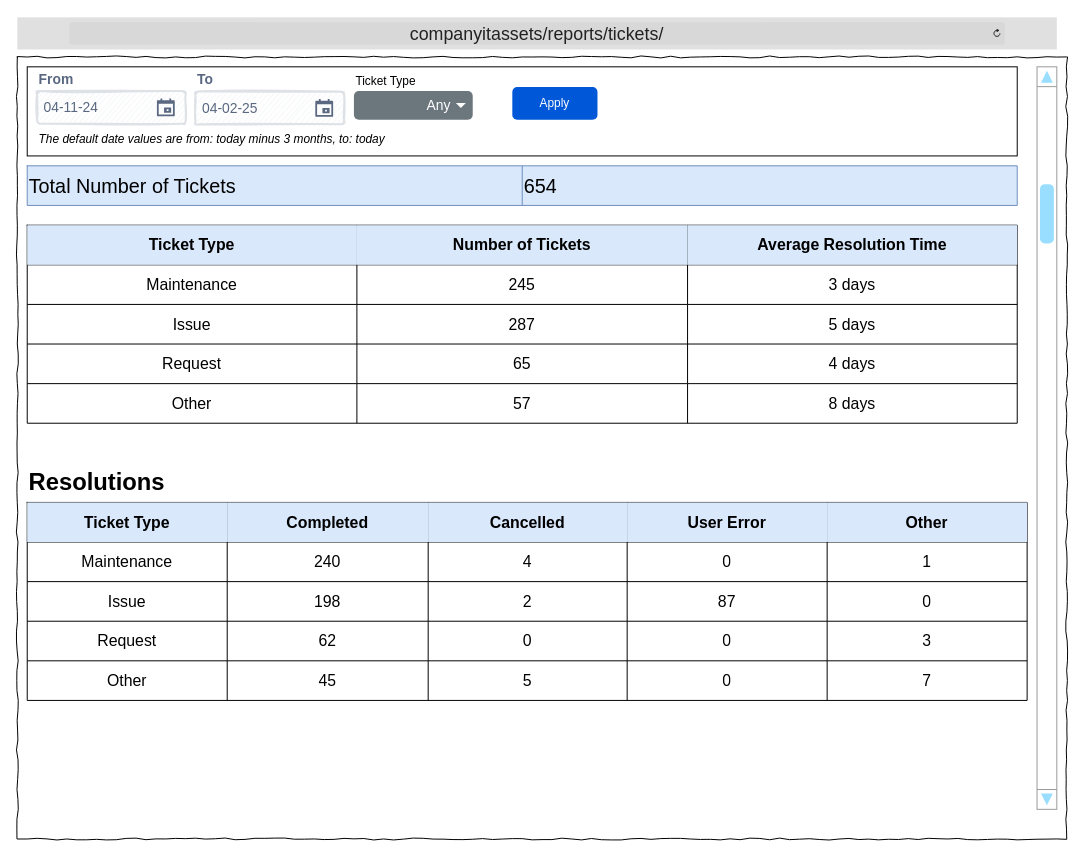
The draw.io diagram Wireframes/ITAT_Reports_Tickets.drawio in TRed91/ITAssetTracking, before the edit. Source tidied: cells renumbered, new cells numbered last; positions are measured from the earlier drawing's top-left corner, leaving out a move shared by most shapes. Both pictures are drawn from the tidied source at 99%, with x=0, y=0 at pixel (17, 17).
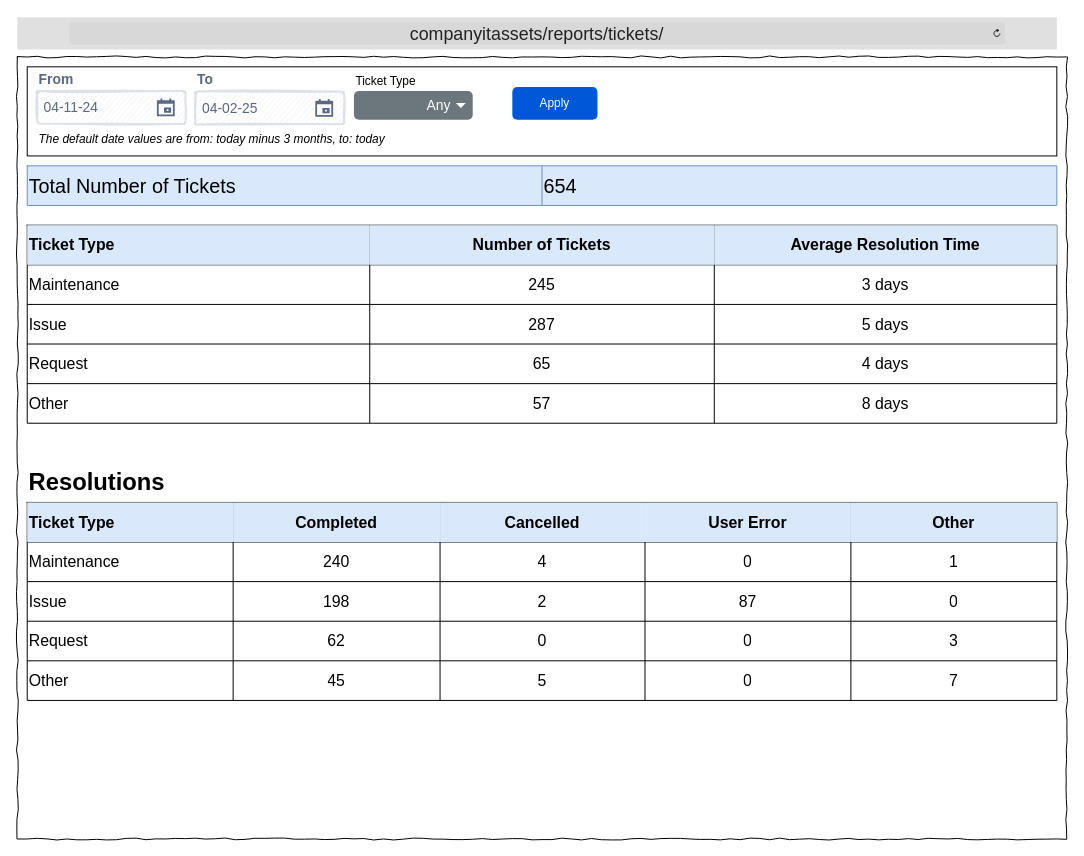
The same page after the edit.

The edit, as a diff of the source:
```diff
@@
     <mxCell id="3" style="rounded=0;whiteSpace=wrap;html=1;fillColor=none;" parent="1" vertex="1">
-      <mxGeometry x="10" y="50" width="1000" height="90" as="geometry" />
+      <mxGeometry x="10" y="50" width="1040" height="90" as="geometry" />
     </mxCell>
@@
-    <mxCell id="13" style="verticalLabelPosition=bottom;shadow=0;dashed=0;align=center;html=1;verticalAlign=top;strokeWidth=1;shape=mxgraph.mockup.navigation.scrollBar;strokeColor=#999999;barPos=84.842;fillColor2=#99ddff;strokeColor2=none;direction=north;" parent="1" vertex="1">
-      <mxGeometry x="1030" y="50" width="20" height="750" as="geometry" />
-    </mxCell>
@@
     <mxCell id="17" style="shape=table;startSize=0;childLayout=tableLayout;fontSize=16;" parent="1" vertex="1">
-      <mxGeometry x="10" y="210" width="1000" height="200" as="geometry" />
+      <mxGeometry x="10" y="210" width="1040" height="200" as="geometry" />
     </mxCell>
     <mxCell id="18" style="shape=tableRow;horizontal=0;startSize=0;swimlaneHead=0;swimlaneBody=0;strokeColor=inherit;top=0;left=0;bottom=0;right=0;fillColor=none;fontSize=16;" parent="17" vertex="1">
-      <mxGeometry width="1000" height="40" as="geometry" />
+      <mxGeometry width="1040" height="40" as="geometry" />
     </mxCell>
-    <mxCell id="19" value="Ticket Type" style="shape=partialRectangle;html=1;whiteSpace=wrap;strokeColor=#6c8ebf;overflow=hidden;fillColor=#dae8fc;top=0;left=0;bottom=0;right=0;fontSize=16;fontStyle=1;" parent="18" vertex="1">
-      <mxGeometry width="333" height="40" as="geometry" />
+    <mxCell id="19" value="Ticket Type" style="shape=partialRectangle;html=1;whiteSpace=wrap;strokeColor=#6c8ebf;overflow=hidden;fillColor=#dae8fc;top=0;left=0;bottom=0;right=0;fontSize=16;fontStyle=1;align=left;" parent="18" vertex="1">
+      <mxGeometry width="346" height="40" as="geometry" />
     </mxCell>
     <mxCell id="20" value="Number of Tickets" style="shape=partialRectangle;html=1;whiteSpace=wrap;strokeColor=#6c8ebf;overflow=hidden;fillColor=#dae8fc;top=0;left=0;bottom=0;right=0;fontSize=16;fontStyle=1;" parent="18" vertex="1">
-      <mxGeometry x="333" width="334" height="40" as="geometry" />
+      <mxGeometry x="346" width="348" height="40" as="geometry" />
     </mxCell>
     <mxCell id="21" value="Average Resolution Time" style="shape=partialRectangle;html=1;whiteSpace=wrap;strokeColor=#6c8ebf;overflow=hidden;fillColor=#dae8fc;top=0;left=0;bottom=0;right=0;fontSize=16;fontStyle=1;" parent="18" vertex="1">
-      <mxGeometry x="667" width="333" height="40" as="geometry" />
+      <mxGeometry x="694" width="346" height="40" as="geometry" />
     </mxCell>
     <mxCell id="22" style="shape=tableRow;horizontal=0;startSize=0;swimlaneHead=0;swimlaneBody=0;strokeColor=inherit;top=0;left=0;bottom=0;right=0;fillColor=none;fontSize=16;" parent="17" vertex="1">
-      <mxGeometry y="40" width="1000" height="40" as="geometry" />
+      <mxGeometry y="40" width="1040" height="40" as="geometry" />
     </mxCell>
-    <mxCell id="23" value="Maintenance" style="shape=partialRectangle;html=1;whiteSpace=wrap;strokeColor=inherit;overflow=hidden;fillColor=none;top=0;left=0;bottom=0;right=0;fontSize=16;" parent="22" vertex="1">
-      <mxGeometry width="333" height="40" as="geometry" />
+    <mxCell id="23" value="Maintenance" style="shape=partialRectangle;html=1;whiteSpace=wrap;strokeColor=inherit;overflow=hidden;fillColor=none;top=0;left=0;bottom=0;right=0;fontSize=16;align=left;" parent="22" vertex="1">
+      <mxGeometry width="346" height="40" as="geometry" />
     </mxCell>
     <mxCell id="24" value="245" style="shape=partialRectangle;html=1;whiteSpace=wrap;strokeColor=inherit;overflow=hidden;fillColor=none;top=0;left=0;bottom=0;right=0;fontSize=16;" parent="22" vertex="1">
-      <mxGeometry x="333" width="334" height="40" as="geometry" />
+      <mxGeometry x="346" width="348" height="40" as="geometry" />
     </mxCell>
     <mxCell id="25" value="3 days" style="shape=partialRectangle;html=1;whiteSpace=wrap;strokeColor=inherit;overflow=hidden;fillColor=none;top=0;left=0;bottom=0;right=0;fontSize=16;" parent="22" vertex="1">
-      <mxGeometry x="667" width="333" height="40" as="geometry" />
+      <mxGeometry x="694" width="346" height="40" as="geometry" />
     </mxCell>
     <mxCell id="26" style="shape=tableRow;horizontal=0;startSize=0;swimlaneHead=0;swimlaneBody=0;strokeColor=inherit;top=0;left=0;bottom=0;right=0;fillColor=none;fontSize=16;" parent="17" vertex="1">
-      <mxGeometry y="80" width="1000" height="40" as="geometry" />
+      <mxGeometry y="80" width="1040" height="40" as="geometry" />
     </mxCell>
-    <mxCell id="27" value="Issue" style="shape=partialRectangle;html=1;whiteSpace=wrap;strokeColor=inherit;overflow=hidden;fillColor=none;top=0;left=0;bottom=0;right=0;fontSize=16;" parent="26" vertex="1">
-      <mxGeometry width="333" height="40" as="geometry" />
+    <mxCell id="27" value="Issue" style="shape=partialRectangle;html=1;whiteSpace=wrap;strokeColor=inherit;overflow=hidden;fillColor=none;top=0;left=0;bottom=0;right=0;fontSize=16;align=left;" parent="26" vertex="1">
+      <mxGeometry width="346" height="40" as="geometry" />
     </mxCell>
     <mxCell id="28" value="287" style="shape=partialRectangle;html=1;whiteSpace=wrap;strokeColor=inherit;overflow=hidden;fillColor=none;top=0;left=0;bottom=0;right=0;fontSize=16;" parent="26" vertex="1">
-      <mxGeometry x="333" width="334" height="40" as="geometry" />
+      <mxGeometry x="346" width="348" height="40" as="geometry" />
     </mxCell>
     <mxCell id="29" value="5 days" style="shape=partialRectangle;html=1;whiteSpace=wrap;strokeColor=inherit;overflow=hidden;fillColor=none;top=0;left=0;bottom=0;right=0;fontSize=16;" parent="26" vertex="1">
-      <mxGeometry x="667" width="333" height="40" as="geometry" />
+      <mxGeometry x="694" width="346" height="40" as="geometry" />
     </mxCell>
     <mxCell id="30" style="shape=tableRow;horizontal=0;startSize=0;swimlaneHead=0;swimlaneBody=0;strokeColor=inherit;top=0;left=0;bottom=0;right=0;fillColor=none;fontSize=16;" parent="17" vertex="1">
-      <mxGeometry y="120" width="1000" height="40" as="geometry" />
+      <mxGeometry y="120" width="1040" height="40" as="geometry" />
     </mxCell>
-    <mxCell id="31" value="Request" style="shape=partialRectangle;html=1;whiteSpace=wrap;strokeColor=inherit;overflow=hidden;fillColor=none;top=0;left=0;bottom=0;right=0;fontSize=16;" parent="30" vertex="1">
-      <mxGeometry width="333" height="40" as="geometry" />
+    <mxCell id="31" value="Request" style="shape=partialRectangle;html=1;whiteSpace=wrap;strokeColor=inherit;overflow=hidden;fillColor=none;top=0;left=0;bottom=0;right=0;fontSize=16;align=left;" parent="30" vertex="1">
+      <mxGeometry width="346" height="40" as="geometry" />
     </mxCell>
     <mxCell id="32" value="65" style="shape=partialRectangle;html=1;whiteSpace=wrap;strokeColor=inherit;overflow=hidden;fillColor=none;top=0;left=0;bottom=0;right=0;fontSize=16;" parent="30" vertex="1">
-      <mxGeometry x="333" width="334" height="40" as="geometry" />
+      <mxGeometry x="346" width="348" height="40" as="geometry" />
     </mxCell>
     <mxCell id="33" value="4 days" style="shape=partialRectangle;html=1;whiteSpace=wrap;strokeColor=inherit;overflow=hidden;fillColor=none;top=0;left=0;bottom=0;right=0;fontSize=16;" parent="30" vertex="1">
-      <mxGeometry x="667" width="333" height="40" as="geometry" />
+      <mxGeometry x="694" width="346" height="40" as="geometry" />
     </mxCell>
     <mxCell id="34" style="shape=tableRow;horizontal=0;startSize=0;swimlaneHead=0;swimlaneBody=0;strokeColor=inherit;top=0;left=0;bottom=0;right=0;fillColor=none;fontSize=16;" parent="17" vertex="1">
-      <mxGeometry y="160" width="1000" height="40" as="geometry" />
+      <mxGeometry y="160" width="1040" height="40" as="geometry" />
     </mxCell>
-    <mxCell id="35" value="Other" style="shape=partialRectangle;html=1;whiteSpace=wrap;strokeColor=inherit;overflow=hidden;fillColor=none;top=0;left=0;bottom=0;right=0;fontSize=16;" parent="34" vertex="1">
-      <mxGeometry width="333" height="40" as="geometry" />
+    <mxCell id="35" value="Other" style="shape=partialRectangle;html=1;whiteSpace=wrap;strokeColor=inherit;overflow=hidden;fillColor=none;top=0;left=0;bottom=0;right=0;fontSize=16;align=left;" parent="34" vertex="1">
+      <mxGeometry width="346" height="40" as="geometry" />
     </mxCell>
     <mxCell id="36" value="57" style="shape=partialRectangle;html=1;whiteSpace=wrap;strokeColor=inherit;overflow=hidden;fillColor=none;top=0;left=0;bottom=0;right=0;fontSize=16;" parent="34" vertex="1">
-      <mxGeometry x="333" width="334" height="40" as="geometry" />
+      <mxGeometry x="346" width="348" height="40" as="geometry" />
     </mxCell>
     <mxCell id="37" value="8 days" style="shape=partialRectangle;html=1;whiteSpace=wrap;strokeColor=inherit;overflow=hidden;fillColor=none;top=0;left=0;bottom=0;right=0;fontSize=16;" parent="34" vertex="1">
-      <mxGeometry x="667" width="333" height="40" as="geometry" />
+      <mxGeometry x="694" width="346" height="40" as="geometry" />
     </mxCell>
     <mxCell id="38" style="shape=table;startSize=0;childLayout=tableLayout;fontSize=16;fillColor=#dae8fc;strokeColor=#6c8ebf;" parent="1" vertex="1">
-      <mxGeometry x="10" y="150" width="1000" height="40" as="geometry" />
+      <mxGeometry x="10" y="150" width="1040" height="40" as="geometry" />
     </mxCell>
     <mxCell id="39" style="shape=tableRow;horizontal=0;startSize=0;swimlaneHead=0;swimlaneBody=0;strokeColor=inherit;top=0;left=0;bottom=0;right=0;fillColor=none;fontSize=16;" parent="38" vertex="1">
-      <mxGeometry width="1000" height="40" as="geometry" />
+      <mxGeometry width="1040" height="40" as="geometry" />
     </mxCell>
     <mxCell id="40" value="&lt;font style=&quot;font-size: 20px;&quot;&gt;Total Number of Tickets&lt;/font&gt;" style="shape=partialRectangle;html=1;whiteSpace=wrap;strokeColor=inherit;overflow=hidden;fillColor=none;top=0;left=0;bottom=0;right=0;fontSize=16;align=left;" parent="39" vertex="1">
-      <mxGeometry width="500" height="40" as="geometry" />
+      <mxGeometry width="520" height="40" as="geometry" />
     </mxCell>
     <mxCell id="41" value="&lt;font style=&quot;font-size: 20px;&quot;&gt;654&lt;/font&gt;" style="shape=partialRectangle;html=1;whiteSpace=wrap;strokeColor=inherit;overflow=hidden;fillColor=none;top=0;left=0;bottom=0;right=0;fontSize=16;align=left;" parent="39" vertex="1">
-      <mxGeometry x="500" width="500" height="40" as="geometry" />
+      <mxGeometry x="520" width="520" height="40" as="geometry" />
     </mxCell>
     <mxCell id="42" style="shape=table;startSize=0;childLayout=tableLayout;fontSize=16;" parent="1" vertex="1">
-      <mxGeometry x="10" y="490" width="1010" height="200" as="geometry" />
+      <mxGeometry x="10" y="490" width="1040" height="200" as="geometry" />
     </mxCell>
     <mxCell id="43" style="shape=tableRow;horizontal=0;startSize=0;swimlaneHead=0;swimlaneBody=0;strokeColor=inherit;top=0;left=0;bottom=0;right=0;fillColor=none;fontSize=16;" parent="42" vertex="1">
-      <mxGeometry width="1010" height="40" as="geometry" />
+      <mxGeometry width="1040" height="40" as="geometry" />
     </mxCell>
-    <mxCell id="44" value="Ticket Type" style="shape=partialRectangle;html=1;whiteSpace=wrap;strokeColor=#6c8ebf;overflow=hidden;fillColor=#dae8fc;top=0;left=0;bottom=0;right=0;fontSize=16;fontStyle=1;" parent="43" vertex="1">
-      <mxGeometry width="202" height="40" as="geometry" />
+    <mxCell id="44" value="Ticket Type" style="shape=partialRectangle;html=1;whiteSpace=wrap;strokeColor=#6c8ebf;overflow=hidden;fillColor=#dae8fc;top=0;left=0;bottom=0;right=0;fontSize=16;fontStyle=1;align=left;" parent="43" vertex="1">
+      <mxGeometry width="208" height="40" as="geometry" />
     </mxCell>
     <mxCell id="45" value="Completed" style="shape=partialRectangle;html=1;whiteSpace=wrap;strokeColor=#6c8ebf;overflow=hidden;fillColor=#dae8fc;top=0;left=0;bottom=0;right=0;fontSize=16;fontStyle=1;" parent="43" vertex="1">
-      <mxGeometry x="202" width="203" height="40" as="geometry" />
+      <mxGeometry x="208" width="209" height="40" as="geometry" />
     </mxCell>
     <mxCell id="46" value="Cancelled" style="shape=partialRectangle;html=1;whiteSpace=wrap;strokeColor=#6c8ebf;overflow=hidden;fillColor=#dae8fc;top=0;left=0;bottom=0;right=0;fontSize=16;fontStyle=1;" parent="43" vertex="1">
-      <mxGeometry x="405" width="201" height="40" as="geometry" />
+      <mxGeometry x="417" width="207" height="40" as="geometry" />
     </mxCell>
     <mxCell id="47" value="User Error" style="shape=partialRectangle;html=1;whiteSpace=wrap;strokeColor=#6c8ebf;overflow=hidden;fillColor=#dae8fc;top=0;left=0;bottom=0;right=0;fontSize=16;fontStyle=1;" parent="43" vertex="1">
-      <mxGeometry x="606" width="202" height="40" as="geometry" />
+      <mxGeometry x="624" width="208" height="40" as="geometry" />
     </mxCell>
     <mxCell id="48" value="Other" style="shape=partialRectangle;html=1;whiteSpace=wrap;strokeColor=#6c8ebf;overflow=hidden;fillColor=#dae8fc;top=0;left=0;bottom=0;right=0;fontSize=16;fontStyle=1;" parent="43" vertex="1">
-      <mxGeometry x="808" width="202" height="40" as="geometry" />
+      <mxGeometry x="832" width="208" height="40" as="geometry" />
     </mxCell>
     <mxCell id="49" style="shape=tableRow;horizontal=0;startSize=0;swimlaneHead=0;swimlaneBody=0;strokeColor=inherit;top=0;left=0;bottom=0;right=0;fillColor=none;fontSize=16;" parent="42" vertex="1">
-      <mxGeometry y="40" width="1010" height="40" as="geometry" />
+      <mxGeometry y="40" width="1040" height="40" as="geometry" />
     </mxCell>
-    <mxCell id="50" value="Maintenance" style="shape=partialRectangle;html=1;whiteSpace=wrap;strokeColor=inherit;overflow=hidden;fillColor=none;top=0;left=0;bottom=0;right=0;fontSize=16;" parent="49" vertex="1">
-      <mxGeometry width="202" height="40" as="geometry" />
+    <mxCell id="50" value="Maintenance" style="shape=partialRectangle;html=1;whiteSpace=wrap;strokeColor=inherit;overflow=hidden;fillColor=none;top=0;left=0;bottom=0;right=0;fontSize=16;align=left;" parent="49" vertex="1">
+      <mxGeometry width="208" height="40" as="geometry" />
     </mxCell>
     <mxCell id="51" value="240" style="shape=partialRectangle;html=1;whiteSpace=wrap;strokeColor=inherit;overflow=hidden;fillColor=none;top=0;left=0;bottom=0;right=0;fontSize=16;" parent="49" vertex="1">
-      <mxGeometry x="202" width="203" height="40" as="geometry" />
+      <mxGeometry x="208" width="209" height="40" as="geometry" />
     </mxCell>
     <mxCell id="52" value="4" style="shape=partialRectangle;html=1;whiteSpace=wrap;strokeColor=inherit;overflow=hidden;fillColor=none;top=0;left=0;bottom=0;right=0;fontSize=16;" parent="49" vertex="1">
-      <mxGeometry x="405" width="201" height="40" as="geometry" />
+      <mxGeometry x="417" width="207" height="40" as="geometry" />
     </mxCell>
     <mxCell id="53" value="0" style="shape=partialRectangle;html=1;whiteSpace=wrap;strokeColor=inherit;overflow=hidden;fillColor=none;top=0;left=0;bottom=0;right=0;fontSize=16;" parent="49" vertex="1">
-      <mxGeometry x="606" width="202" height="40" as="geometry" />
+      <mxGeometry x="624" width="208" height="40" as="geometry" />
     </mxCell>
     <mxCell id="54" value="1" style="shape=partialRectangle;html=1;whiteSpace=wrap;strokeColor=inherit;overflow=hidden;fillColor=none;top=0;left=0;bottom=0;right=0;fontSize=16;" parent="49" vertex="1">
-      <mxGeometry x="808" width="202" height="40" as="geometry" />
+      <mxGeometry x="832" width="208" height="40" as="geometry" />
     </mxCell>
     <mxCell id="55" style="shape=tableRow;horizontal=0;startSize=0;swimlaneHead=0;swimlaneBody=0;strokeColor=inherit;top=0;left=0;bottom=0;right=0;fillColor=none;fontSize=16;" parent="42" vertex="1">
-      <mxGeometry y="80" width="1010" height="40" as="geometry" />
+      <mxGeometry y="80" width="1040" height="40" as="geometry" />
     </mxCell>
-    <mxCell id="56" value="Issue" style="shape=partialRectangle;html=1;whiteSpace=wrap;strokeColor=inherit;overflow=hidden;fillColor=none;top=0;left=0;bottom=0;right=0;fontSize=16;" parent="55" vertex="1">
-      <mxGeometry width="202" height="40" as="geometry" />
+    <mxCell id="56" value="Issue" style="shape=partialRectangle;html=1;whiteSpace=wrap;strokeColor=inherit;overflow=hidden;fillColor=none;top=0;left=0;bottom=0;right=0;fontSize=16;align=left;" parent="55" vertex="1">
+      <mxGeometry width="208" height="40" as="geometry" />
     </mxCell>
     <mxCell id="57" value="198" style="shape=partialRectangle;html=1;whiteSpace=wrap;strokeColor=inherit;overflow=hidden;fillColor=none;top=0;left=0;bottom=0;right=0;fontSize=16;" parent="55" vertex="1">
-      <mxGeometry x="202" width="203" height="40" as="geometry" />
+      <mxGeometry x="208" width="209" height="40" as="geometry" />
     </mxCell>
     <mxCell id="58" value="2" style="shape=partialRectangle;html=1;whiteSpace=wrap;strokeColor=inherit;overflow=hidden;fillColor=none;top=0;left=0;bottom=0;right=0;fontSize=16;" parent="55" vertex="1">
-      <mxGeometry x="405" width="201" height="40" as="geometry" />
+      <mxGeometry x="417" width="207" height="40" as="geometry" />
     </mxCell>
     <mxCell id="59" value="87" style="shape=partialRectangle;html=1;whiteSpace=wrap;strokeColor=inherit;overflow=hidden;fillColor=none;top=0;left=0;bottom=0;right=0;fontSize=16;" parent="55" vertex="1">
-      <mxGeometry x="606" width="202" height="40" as="geometry" />
+      <mxGeometry x="624" width="208" height="40" as="geometry" />
     </mxCell>
     <mxCell id="60" value="0" style="shape=partialRectangle;html=1;whiteSpace=wrap;strokeColor=inherit;overflow=hidden;fillColor=none;top=0;left=0;bottom=0;right=0;fontSize=16;" parent="55" vertex="1">
-      <mxGeometry x="808" width="202" height="40" as="geometry" />
+      <mxGeometry x="832" width="208" height="40" as="geometry" />
     </mxCell>
     <mxCell id="61" style="shape=tableRow;horizontal=0;startSize=0;swimlaneHead=0;swimlaneBody=0;strokeColor=inherit;top=0;left=0;bottom=0;right=0;fillColor=none;fontSize=16;" parent="42" vertex="1">
-      <mxGeometry y="120" width="1010" height="40" as="geometry" />
+      <mxGeometry y="120" width="1040" height="40" as="geometry" />
     </mxCell>
-    <mxCell id="62" value="Request" style="shape=partialRectangle;html=1;whiteSpace=wrap;strokeColor=inherit;overflow=hidden;fillColor=none;top=0;left=0;bottom=0;right=0;fontSize=16;" parent="61" vertex="1">
-      <mxGeometry width="202" height="40" as="geometry" />
+    <mxCell id="62" value="Request" style="shape=partialRectangle;html=1;whiteSpace=wrap;strokeColor=inherit;overflow=hidden;fillColor=none;top=0;left=0;bottom=0;right=0;fontSize=16;align=left;" parent="61" vertex="1">
+      <mxGeometry width="208" height="40" as="geometry" />
     </mxCell>
     <mxCell id="63" value="62" style="shape=partialRectangle;html=1;whiteSpace=wrap;strokeColor=inherit;overflow=hidden;fillColor=none;top=0;left=0;bottom=0;right=0;fontSize=16;" parent="61" vertex="1">
-      <mxGeometry x="202" width="203" height="40" as="geometry" />
+      <mxGeometry x="208" width="209" height="40" as="geometry" />
     </mxCell>
     <mxCell id="64" value="0" style="shape=partialRectangle;html=1;whiteSpace=wrap;strokeColor=inherit;overflow=hidden;fillColor=none;top=0;left=0;bottom=0;right=0;fontSize=16;" parent="61" vertex="1">
-      <mxGeometry x="405" width="201" height="40" as="geometry" />
+      <mxGeometry x="417" width="207" height="40" as="geometry" />
     </mxCell>
     <mxCell id="65" value="0" style="shape=partialRectangle;html=1;whiteSpace=wrap;strokeColor=inherit;overflow=hidden;fillColor=none;top=0;left=0;bottom=0;right=0;fontSize=16;" parent="61" vertex="1">
-      <mxGeometry x="606" width="202" height="40" as="geometry" />
+      <mxGeometry x="624" width="208" height="40" as="geometry" />
     </mxCell>
     <mxCell id="66" value="3" style="shape=partialRectangle;html=1;whiteSpace=wrap;strokeColor=inherit;overflow=hidden;fillColor=none;top=0;left=0;bottom=0;right=0;fontSize=16;" parent="61" vertex="1">
-      <mxGeometry x="808" width="202" height="40" as="geometry" />
+      <mxGeometry x="832" width="208" height="40" as="geometry" />
     </mxCell>
     <mxCell id="67" style="shape=tableRow;horizontal=0;startSize=0;swimlaneHead=0;swimlaneBody=0;strokeColor=inherit;top=0;left=0;bottom=0;right=0;fillColor=none;fontSize=16;" parent="42" vertex="1">
-      <mxGeometry y="160" width="1010" height="40" as="geometry" />
+      <mxGeometry y="160" width="1040" height="40" as="geometry" />
     </mxCell>
-    <mxCell id="68" value="Other" style="shape=partialRectangle;html=1;whiteSpace=wrap;strokeColor=inherit;overflow=hidden;fillColor=none;top=0;left=0;bottom=0;right=0;fontSize=16;" parent="67" vertex="1">
-      <mxGeometry width="202" height="40" as="geometry" />
+    <mxCell id="68" value="Other" style="shape=partialRectangle;html=1;whiteSpace=wrap;strokeColor=inherit;overflow=hidden;fillColor=none;top=0;left=0;bottom=0;right=0;fontSize=16;align=left;" parent="67" vertex="1">
+      <mxGeometry width="208" height="40" as="geometry" />
     </mxCell>
     <mxCell id="69" value="45" style="shape=partialRectangle;html=1;whiteSpace=wrap;strokeColor=inherit;overflow=hidden;fillColor=none;top=0;left=0;bottom=0;right=0;fontSize=16;" parent="67" vertex="1">
-      <mxGeometry x="202" width="203" height="40" as="geometry" />
+      <mxGeometry x="208" width="209" height="40" as="geometry" />
     </mxCell>
     <mxCell id="70" value="5" style="shape=partialRectangle;html=1;whiteSpace=wrap;strokeColor=inherit;overflow=hidden;fillColor=none;top=0;left=0;bottom=0;right=0;fontSize=16;" parent="67" vertex="1">
-      <mxGeometry x="405" width="201" height="40" as="geometry" />
+      <mxGeometry x="417" width="207" height="40" as="geometry" />
     </mxCell>
     <mxCell id="71" value="0" style="shape=partialRectangle;html=1;whiteSpace=wrap;strokeColor=inherit;overflow=hidden;fillColor=none;top=0;left=0;bottom=0;right=0;fontSize=16;" parent="67" vertex="1">
-      <mxGeometry x="606" width="202" height="40" as="geometry" />
+      <mxGeometry x="624" width="208" height="40" as="geometry" />
     </mxCell>
     <mxCell id="72" value="7" style="shape=partialRectangle;html=1;whiteSpace=wrap;strokeColor=inherit;overflow=hidden;fillColor=none;top=0;left=0;bottom=0;right=0;fontSize=16;" parent="67" vertex="1">
-      <mxGeometry x="808" width="202" height="40" as="geometry" />
+      <mxGeometry x="832" width="208" height="40" as="geometry" />
     </mxCell>
```
